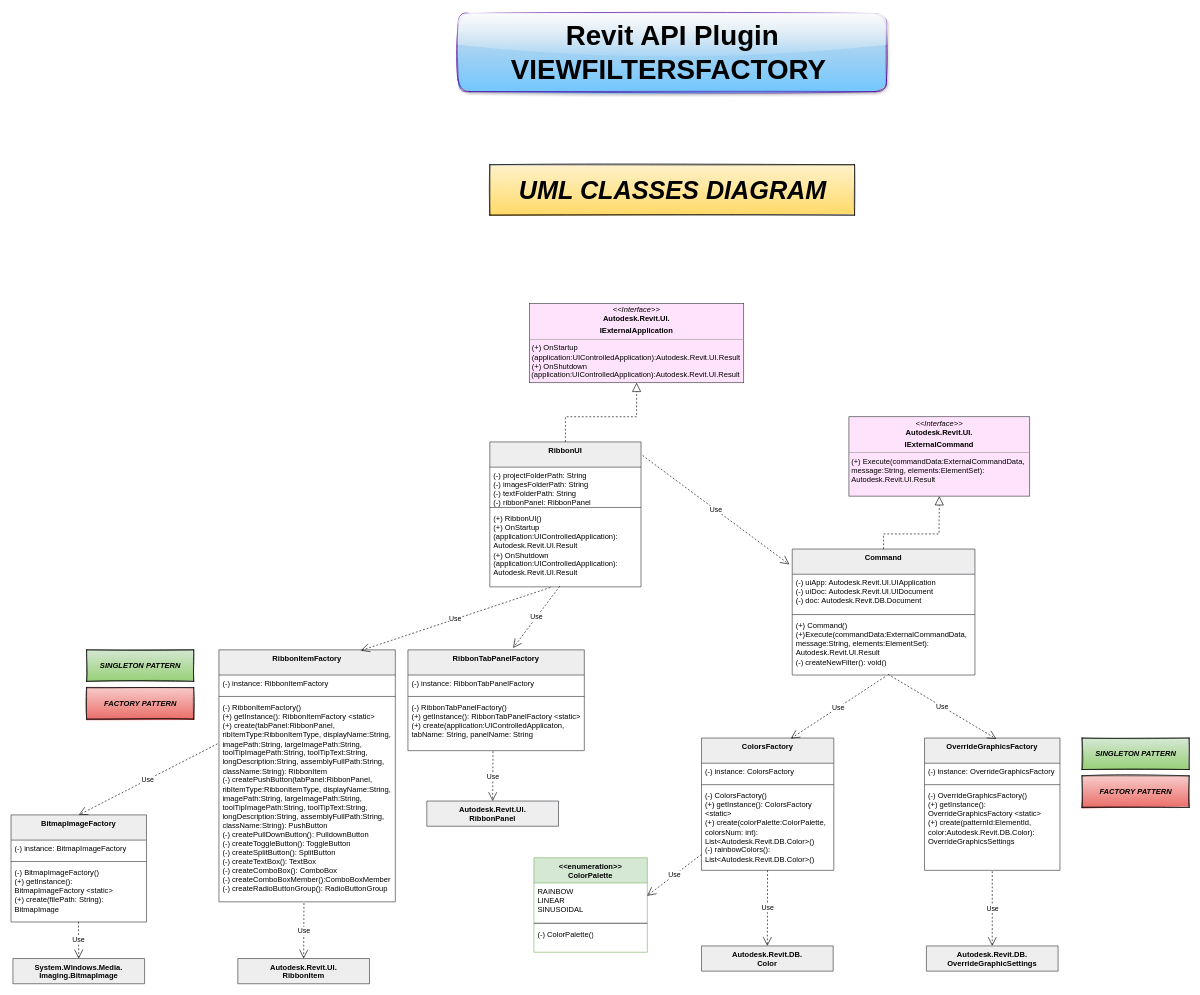
Earlier version of the draw.io diagram UML Diagrams/Classes Diagram.drawio (GCRA101/Revit-API-ViewFiltersFactory). Source tidied: cells renumbered, new cells numbered last; positions are measured from the earlier drawing's top-left corner, leaving out a move shared by most shapes. Both pictures are drawn from the tidied source at 63%, with x=0, y=0 at pixel (11, 13).
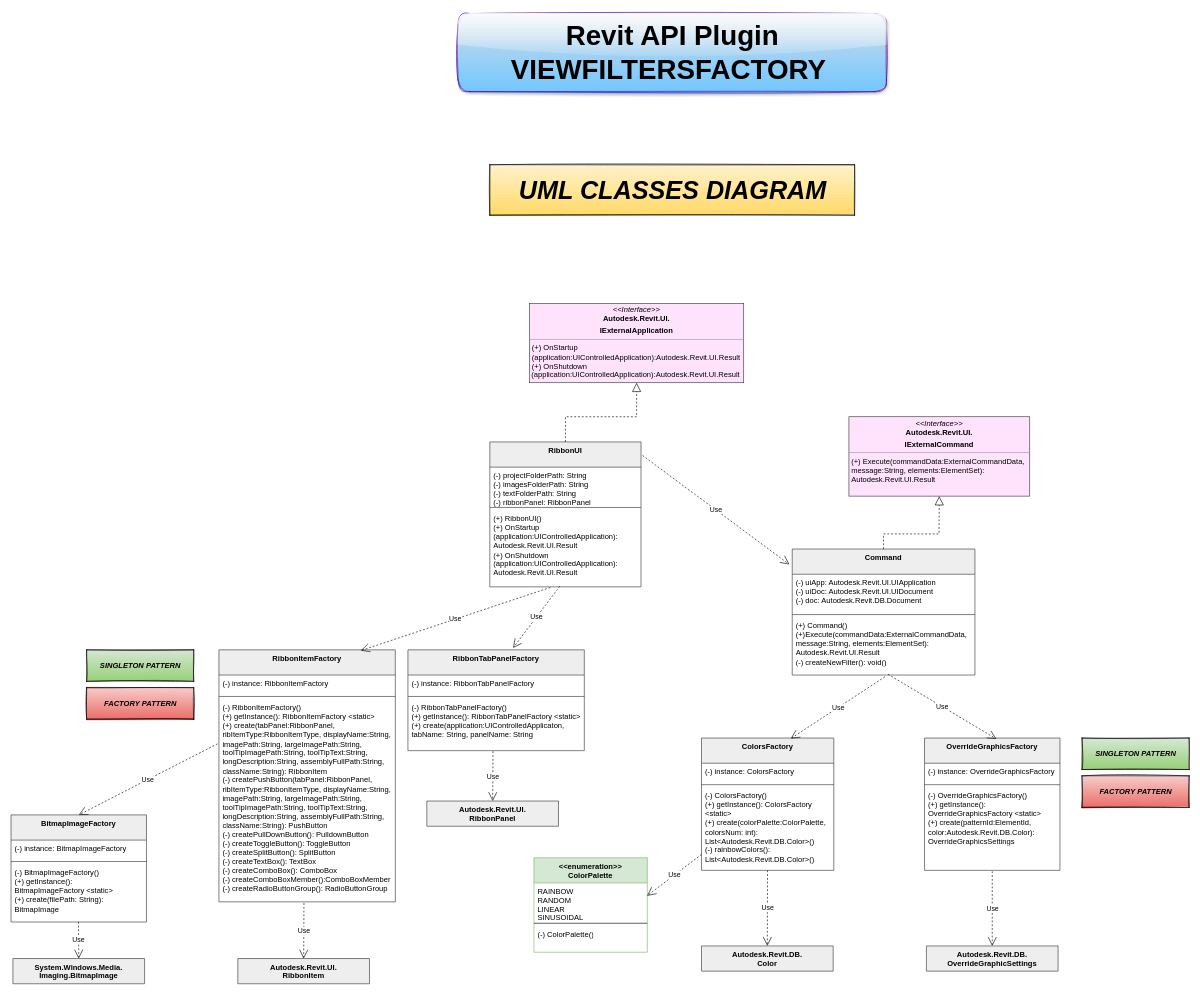
After the change.

Commit message (it also covers changes not shown here):
Add image of UML Classes Diagram

The change refers to these unchanged cells:
```xml
<mxCell id="2" value="&lt;&lt;enumeration&gt;&gt;&#10;ColorPalette" style="swimlane;fontStyle=1;align=center;verticalAlign=top;horizontal=1;startSize=40;labelBackgroundColor=none;fillColor=#d5e8d4;strokeColor=#82b366;" parent="1" vertex="1">
  <mxGeometry x="830" y="1340" width="180" height="150" as="geometry" />
</mxCell>
```

Diff of the diagram source:
```diff
@@
-    <mxCell id="3" value="RAINBOW&#10;LINEAR&#10;SINUSOIDAL" style="text;strokeColor=none;fillColor=none;align=left;verticalAlign=top;spacingLeft=4;spacingRight=4;overflow=hidden;points=[[0,0.5],[1,0.5]];portConstraint=eastwest;labelBackgroundColor=none;" parent="2" vertex="1">
+    <mxCell id="3" value="RAINBOW&#10;RANDOM&#10;LINEAR&#10;SINUSOIDAL" style="text;strokeColor=none;fillColor=none;align=left;verticalAlign=top;spacingLeft=4;spacingRight=4;overflow=hidden;points=[[0,0.5],[1,0.5]];portConstraint=eastwest;labelBackgroundColor=none;" parent="2" vertex="1">
       <mxGeometry y="40" width="180" height="60" as="geometry" />
     </mxCell>
```
